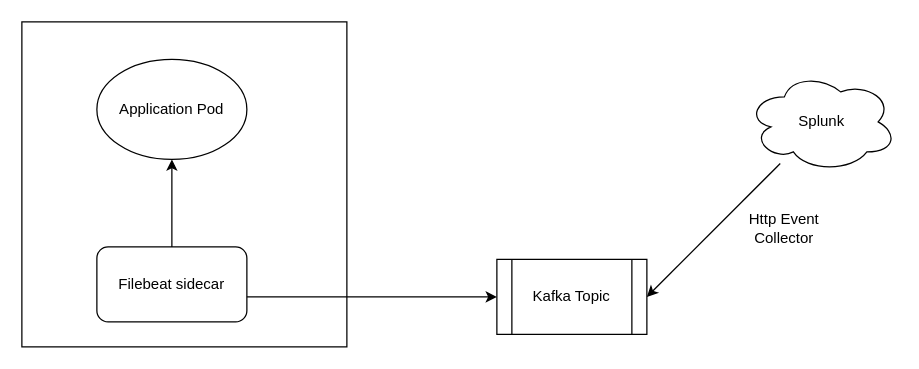
This is Splunk UHG.drawio from anshuldevmehta/RandomDiagrams, a draw.io file, before an edit. Source tidied: cells renumbered, new cells numbered last; positions are measured from the earlier drawing's top-left corner, leaving out a move shared by most shapes. Both pictures are drawn from the tidied source at 125%, with x=0, y=0 at pixel (21, 21).
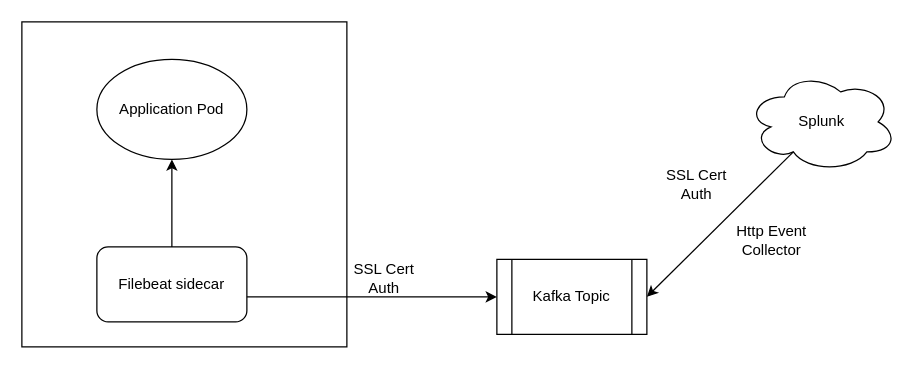
The same page after the edit.

The edit, as a diff of the source:
```diff
@@
 <mxGraphModel>
   <root>
     <mxCell id="0" />
     <mxCell id="1" parent="0" />
     <mxCell id="2" style="whiteSpace=wrap;html=1;" parent="1" vertex="1">
       <mxGeometry width="260" height="260" as="geometry" />
     </mxCell>
     <mxCell id="3" value="&lt;div&gt;Application Pod&lt;br&gt;&lt;/div&gt;" style="ellipse;whiteSpace=wrap;html=1;" parent="1" vertex="1">
       <mxGeometry x="60" y="30" width="120" height="80" as="geometry" />
     </mxCell>
     <mxCell id="4" value="Filebeat sidecar" style="rounded=1;whiteSpace=wrap;html=1;" parent="1" vertex="1">
       <mxGeometry x="60" y="180" width="120" height="60" as="geometry" />
     </mxCell>
     <mxCell id="5" value="Splunk" style="ellipse;shape=cloud;whiteSpace=wrap;html=1;" parent="1" vertex="1">
       <mxGeometry x="580" y="40" width="120" height="80" as="geometry" />
     </mxCell>
     <mxCell id="6" style="endArrow=classic;html=1;rounded=0;entryX=0.5;entryY=1;entryDx=0;entryDy=0;exitX=0.5;exitY=0;exitDx=0;exitDy=0;" parent="1" edge="1" source="4" target="3">
       <mxGeometry relative="1" as="geometry" />
     </mxCell>
     <mxCell id="7" value="Kafka Topic" style="shape=process;whiteSpace=wrap;html=1;backgroundOutline=1;" parent="1" vertex="1">
       <mxGeometry x="380" y="190" width="120" height="60" as="geometry" />
     </mxCell>
     <mxCell id="8" style="endArrow=classic;html=1;rounded=0;entryX=0;entryY=0.5;entryDx=0;entryDy=0;" parent="1" edge="1" target="7">
       <mxGeometry relative="1" as="geometry">
         <mxPoint x="180" y="220" as="sourcePoint" />
       </mxGeometry>
     </mxCell>
-    <mxCell id="9" style="endArrow=classic;html=1;rounded=0;entryX=1;entryY=0.5;entryDx=0;entryDy=0;" parent="1" edge="1" source="5" target="7">
+    <mxCell id="9" style="endArrow=classic;html=1;rounded=0;entryX=1;entryY=0.5;entryDx=0;entryDy=0;exitX=0.31;exitY=0.8;exitDx=0;exitDy=0;exitPerimeter=0;" parent="1" edge="1" source="5" target="7">
       <mxGeometry relative="1" as="geometry" />
     </mxCell>
     <mxCell id="10" value="Http Event Collector" style="text;html=1;strokeColor=none;fillColor=none;align=center;verticalAlign=middle;whiteSpace=wrap;rounded=0;" parent="1" vertex="1">
-      <mxGeometry x="580" y="150" width="60" height="30" as="geometry" />
+      <mxGeometry x="570" y="160" width="60" height="30" as="geometry" />
     </mxCell>
+    <mxCell id="11" value="SSL Cert Auth" style="text;html=1;strokeColor=none;fillColor=none;align=center;verticalAlign=middle;whiteSpace=wrap;rounded=0;" parent="1" vertex="1">
+      <mxGeometry x="260" y="190" width="60" height="30" as="geometry" />
+    </mxCell>
+    <mxCell id="12" value="SSL Cert Auth" style="text;html=1;strokeColor=none;fillColor=none;align=center;verticalAlign=middle;whiteSpace=wrap;rounded=0;" parent="1" vertex="1">
+      <mxGeometry x="510" y="115" width="60" height="30" as="geometry" />
+    </mxCell>
   </root>
 </mxGraphModel>
```
